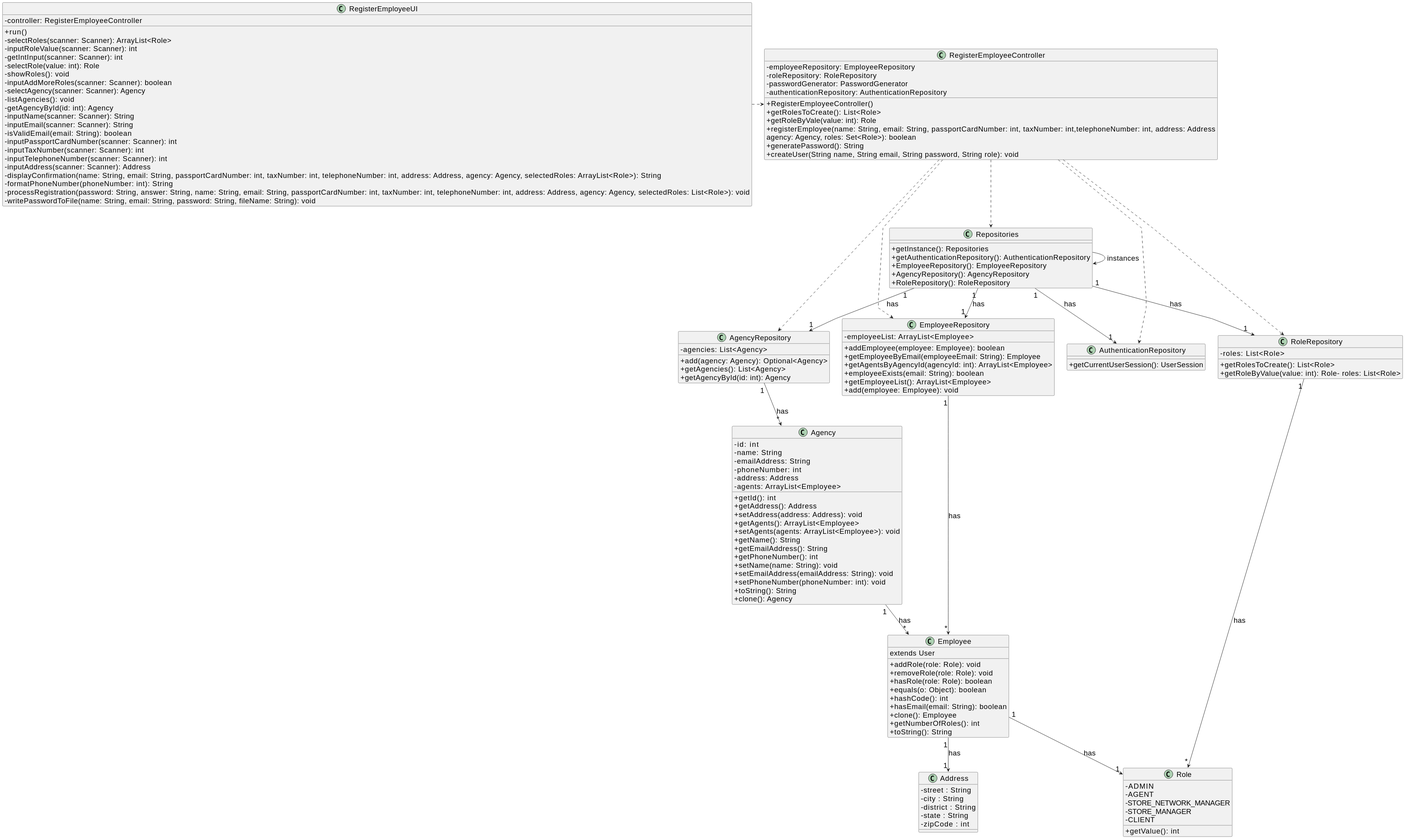
The PlantUML diagram docs/sprintB/us003/03.design/svg/us003-class-diagram.svg in Goncalves2525/real-estate-management-system, before a commit.
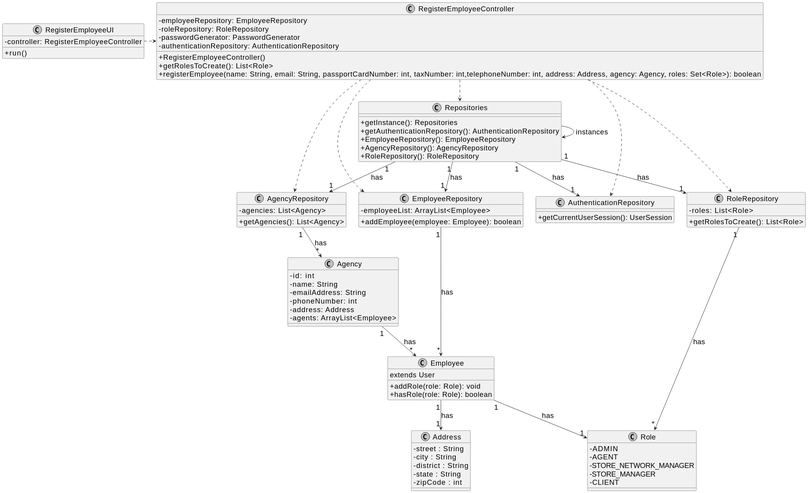
After the commit.

Commit message:
US3 class and sequence diagram

What changed in the source:
```diff
@@ -1,62 +1,36 @@
 @startuml
 skinparamlocked defaultFontSize 20
+skinparam monochrome true
 skinparam packageStyle rectangle
 skinparam shadowing false
 skinparam linetype polyline
-
-
-
+skinparam linetype orto
 skinparam classAttributeIconSize 0
 
 class Employee {
 extends User
-
 + addRole(role: Role): void
-+ removeRole(role: Role): void
 + hasRole(role: Role): boolean
-+ equals(o: Object): boolean
-+ hashCode(): int
-+ hasEmail(email: String): boolean
-+ clone(): Employee
-+ getNumberOfRoles(): int
-+ toString(): String
 }
-
-
 
 class EmployeeRepository {
 - employeeList: ArrayList<Employee>
-
 + addEmployee(employee: Employee): boolean
-+ getEmployeeByEmail(employeeEmail: String): Employee
-+ getAgentsByAgencyId(agencyId: int): ArrayList<Employee>
-+ employeeExists(email: String): boolean
-+ getEmployeeList(): ArrayList<Employee>
-+ add(employee: Employee): void
 }
 
 class AgencyRepository {
 - agencies: List<Agency>
-
-+ add(agency: Agency): Optional<Agency>
 + getAgencies(): List<Agency>
-+ getAgencyById(id: int): Agency
 }
 
 class RoleRepository {
 - roles: List<Role>
-
 + getRolesToCreate(): List<Role>
-+ getRoleByValue(value: int): Role- roles: List<Role>
 }
-
-
 
 class AuthenticationRepository{
 +getCurrentUserSession(): UserSession
 }
-
-
 
 class Repositories {
 +getInstance(): Repositories
@@ -66,21 +40,14 @@
 +RoleRepository(): RoleRepository
 }
 
-
-
 class RegisterEmployeeController {
   -employeeRepository: EmployeeRepository
   -roleRepository: RoleRepository
   -passwordGenerator: PasswordGenerator
   -authenticationRepository: AuthenticationRepository
-
   +RegisterEmployeeController()
   +getRolesToCreate(): List<Role>
-  +getRoleByVale(value: int): Role
-  +registerEmployee(name: String, email: String, passportCardNumber: int, taxNumber: int,telephoneNumber: int, address: Address
-  agency: Agency, roles: Set<Role>): boolean
-  +generatePassword(): String
-  +createUser(String name, String email, String password, String role): void
+  +registerEmployee(name: String, email: String, passportCardNumber: int, taxNumber: int,telephoneNumber: int, address: Address, agency: Agency, roles: Set<Role>): boolean
 }
 
 class Address{
@@ -97,8 +64,6 @@
     - STORE_NETWORK_MANAGER
     - STORE_MANAGER
     - CLIENT
-
-    + getValue(): int
 }
 
 class Agency{
@@ -108,48 +73,11 @@
     - phoneNumber: int
     - address: Address
     - agents: ArrayList<Employee>
-
-    + getId(): int
-    + getAddress(): Address
-    + setAddress(address: Address): void
-    + getAgents(): ArrayList<Employee>
-    + setAgents(agents: ArrayList<Employee>): void
-    + getName(): String
-    + getEmailAddress(): String
-    + getPhoneNumber(): int
-    + setName(name: String): void
-    + setEmailAddress(emailAddress: String): void
-    + setPhoneNumber(phoneNumber: int): void
-    + toString(): String
-    + clone(): Agency
 }
 
 class RegisterEmployeeUI {
-
-
 - controller: RegisterEmployeeController
-
 + run()
-- selectRoles(scanner: Scanner): ArrayList<Role>
-- inputRoleValue(scanner: Scanner): int
-- getIntInput(scanner: Scanner): int
-- selectRole(value: int): Role
-- showRoles(): void
-- inputAddMoreRoles(scanner: Scanner): boolean
-- selectAgency(scanner: Scanner): Agency
-- listAgencies(): void
-- getAgencyById(id: int): Agency
-- inputName(scanner: Scanner): String
-- inputEmail(scanner: Scanner): String
-- isValidEmail(email: String): boolean
-- inputPassportCardNumber(scanner: Scanner): int
-- inputTaxNumber(scanner: Scanner): int
-- inputTelephoneNumber(scanner: Scanner): int
-- inputAddress(scanner: Scanner): Address
-- displayConfirmation(name: String, email: String, passportCardNumber: int, taxNumber: int, telephoneNumber: int, address: Address, agency: Agency, selectedRoles: ArrayList<Role>): String
-- formatPhoneNumber(phoneNumber: int): String
-- processRegistration(password: String, answer: String, name: String, email: String, passportCardNumber: int, taxNumber: int, telephoneNumber: int, address: Address, agency: Agency, selectedRoles: List<Role>): void
-- writePasswordToFile(name: String, email: String, password: String, fileName: String): void
 }
 
 Repositories -> Repositories : instances
@@ -166,7 +94,6 @@
 EmployeeRepository "1" --> "*" Employee : has
 AgencyRepository "1" --> "*" Agency : has
 RoleRepository "1" --> "*" Role : has
-
 Employee "1" --> "1" Address : has
 Employee "1" --> "1" Role : has
 Agency "1" --> "*" Employee : has
```
